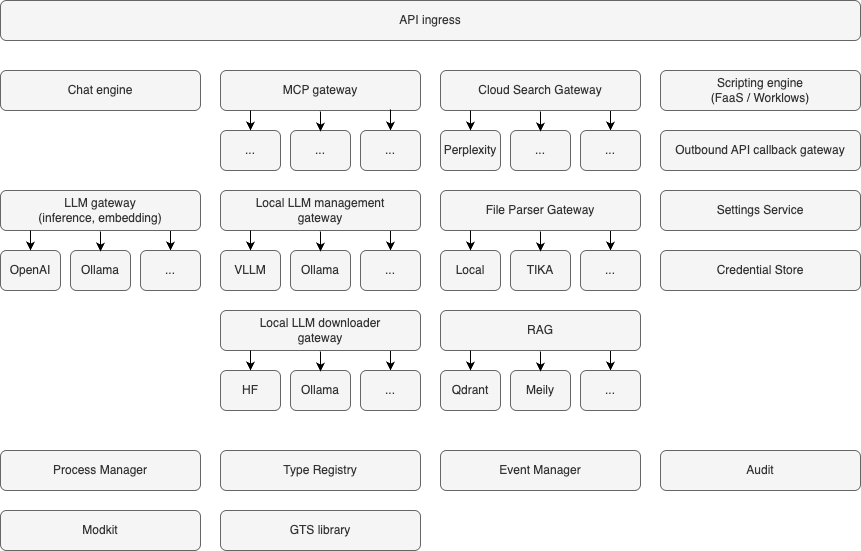
The draw.io diagram docs/architecture/architecture.drawio.png in hypernetix/hyperspot, before a commit. Source tidied: cells renumbered, new cells last; positions are measured from the earlier drawing's top-left corner, leaving out a move shared by most shapes.
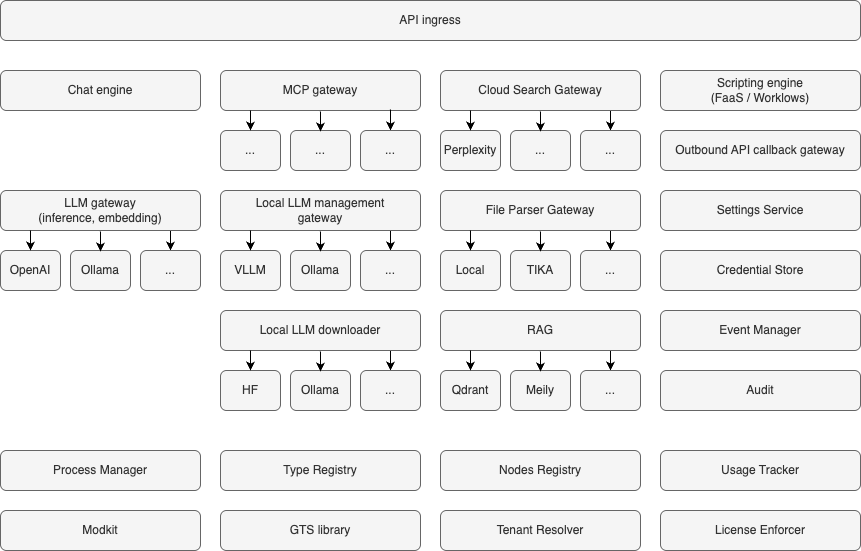
The same diagram one commit later.

The edit, as a diff of the source:
```diff
@@ -90,7 +90,7 @@
       <mxGeometry x="660" y="70" width="200" height="40" as="geometry" />
     </mxCell>
     <mxCell id="26" value="Event Manager" style="rounded=1;whiteSpace=wrap;html=1;fillColor=#f5f5f5;strokeColor=#666666;fontColor=#333333;" parent="1" vertex="1">
-      <mxGeometry x="440" y="450" width="200" height="40" as="geometry" />
+      <mxGeometry x="660" y="310" width="200" height="40" as="geometry" />
     </mxCell>
     <mxCell id="27" value="Outbound API callback gateway" style="rounded=1;whiteSpace=wrap;html=1;fillColor=#f5f5f5;strokeColor=#666666;fontColor=#333333;" parent="1" vertex="1">
       <mxGeometry x="660" y="130" width="200" height="40" as="geometry" />
@@ -130,7 +130,7 @@
         <mxPoint x="540" y="111" as="targetPoint" />
       </mxGeometry>
     </mxCell>
-    <mxCell id="38" style="edgeStyle=none;html=1;exitX=0.85;exitY=0.975;exitDx=0;exitDy=0;entryX=0.5;entryY=0;entryDx=0;entryDy=0;exitPerimeter=0;" parent="1" edge="1" target="x">
+    <mxCell id="38" style="edgeStyle=none;html=1;exitX=0.85;exitY=0.975;exitDx=0;exitDy=0;entryX=0.5;entryY=0;entryDx=0;entryDy=0;exitPerimeter=0;" parent="1" edge="1">
       <mxGeometry relative="1" as="geometry">
         <mxPoint x="390" y="349" as="sourcePoint" />
       </mxGeometry>
@@ -196,7 +196,7 @@
       <mxGeometry y="510" width="200" height="40" as="geometry" />
     </mxCell>
     <mxCell id="55" value="Audit" style="rounded=1;whiteSpace=wrap;html=1;fillColor=#f5f5f5;strokeColor=#666666;fontColor=#333333;" parent="1" vertex="1">
-      <mxGeometry x="660" y="450" width="200" height="40" as="geometry" />
+      <mxGeometry x="660" y="370" width="200" height="40" as="geometry" />
     </mxCell>
     <mxCell id="56" value="GTS library" style="rounded=1;whiteSpace=wrap;html=1;fillColor=#f5f5f5;strokeColor=#666666;fontColor=#333333;" parent="1" vertex="1">
       <mxGeometry x="220" y="510" width="200" height="40" as="geometry" />
@@ -204,7 +204,7 @@
     <mxCell id="57" style="edgeStyle=none;html=1;exitX=0.85;exitY=0.975;exitDx=0;exitDy=0;entryX=0.5;entryY=0;entryDx=0;entryDy=0;exitPerimeter=0;" parent="1" edge="1" source="58" target="61">
       <mxGeometry relative="1" as="geometry" />
     </mxCell>
-    <mxCell id="58" value="Local LLM downloader&lt;br&gt;gateway" style="rounded=1;whiteSpace=wrap;html=1;fillColor=#f5f5f5;strokeColor=#666666;fontColor=#333333;" parent="1" vertex="1">
+    <mxCell id="58" value="Local LLM downloader" style="rounded=1;whiteSpace=wrap;html=1;fillColor=#f5f5f5;strokeColor=#666666;fontColor=#333333;" parent="1" vertex="1">
       <mxGeometry x="220" y="310" width="200" height="40" as="geometry" />
     </mxCell>
     <mxCell id="59" value="HF" style="rounded=1;whiteSpace=wrap;html=1;fillColor=#f5f5f5;strokeColor=#666666;fontColor=#333333;" parent="1" vertex="1">
@@ -227,5 +227,17 @@
         <mxPoint x="320" y="351" as="targetPoint" />
       </mxGeometry>
     </mxCell>
+    <mxCell id="64" value="Nodes Registry" style="rounded=1;whiteSpace=wrap;html=1;fillColor=#f5f5f5;strokeColor=#666666;fontColor=#333333;" parent="1" vertex="1">
+      <mxGeometry x="440" y="450" width="200" height="40" as="geometry" />
+    </mxCell>
+    <mxCell id="65" value="Usage Tracker" style="rounded=1;whiteSpace=wrap;html=1;fillColor=#f5f5f5;strokeColor=#666666;fontColor=#333333;" parent="1" vertex="1">
+      <mxGeometry x="660" y="450" width="200" height="40" as="geometry" />
+    </mxCell>
+    <mxCell id="66" value="Tenant Resolver" style="rounded=1;whiteSpace=wrap;html=1;fillColor=#f5f5f5;strokeColor=#666666;fontColor=#333333;" parent="1" vertex="1">
+      <mxGeometry x="440" y="510" width="200" height="40" as="geometry" />
+    </mxCell>
+    <mxCell id="67" value="License Enforcer" style="rounded=1;whiteSpace=wrap;html=1;fillColor=#f5f5f5;strokeColor=#666666;fontColor=#333333;" parent="1" vertex="1">
+      <mxGeometry x="660" y="510" width="200" height="40" as="geometry" />
+    </mxCell>
   </root>
 </mxGraphModel>
```
